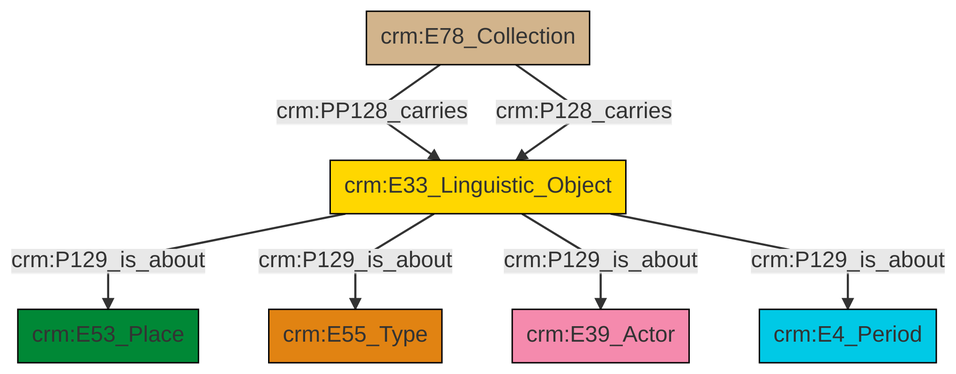
swiss-art-research-net/docs.swissartresearch keeps this Mermaid diagram as et/archivalCSV/ttl/mmd/png/archival_aboutness.png. Above is the earlier version. Its source is kept beside it as et/archivalCSV/ttl/mmd/archival_aboutness.ttl.mmd.
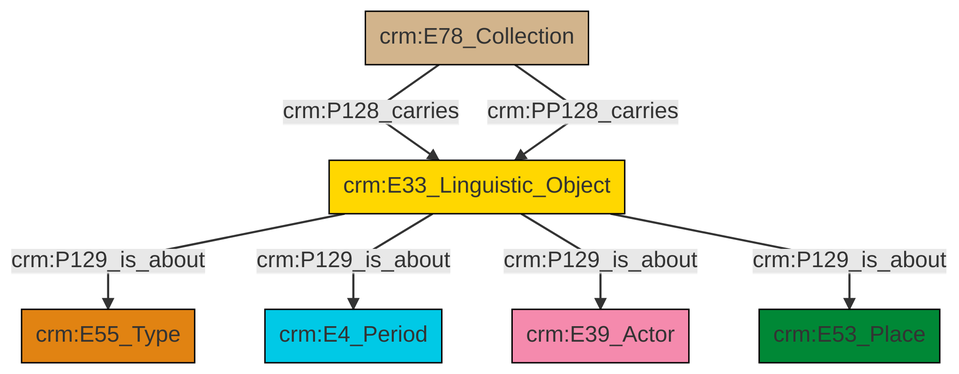
Later version of the same file.

The edit, as a diff of the source:
```diff
@@ -13,9 +13,9 @@
 classDef PC_Classes fill:#4ce600, stroke:#000000;
 classDef Multi fill:#cccccc,stroke:#000000;
 
-0["crm:E33_Linguistic_Object"]:::Conceptual_Object -->|crm:P129_is_about| 1["crm:E53_Place"]:::Place
-2["crm:E78_Collection"]:::Physical_Thing -->|crm:PP128_carries| 0["crm:E33_Linguistic_Object"]:::Conceptual_Object
-0["crm:E33_Linguistic_Object"]:::Conceptual_Object -->|crm:P129_is_about| 3["crm:E55_Type"]:::Type
-0["crm:E33_Linguistic_Object"]:::Conceptual_Object -->|crm:P129_is_about| 4["crm:E39_Actor"]:::Actor
-2["crm:E78_Collection"]:::Physical_Thing -->|crm:P128_carries| 0["crm:E33_Linguistic_Object"]:::Conceptual_Object
-0["crm:E33_Linguistic_Object"]:::Conceptual_Object -->|crm:P129_is_about| 8["crm:E4_Period"]:::Temporal_Entity
+2["crm:E33_Linguistic_Object"]:::Conceptual_Object -->|crm:P129_is_about| 0["crm:E55_Type"]:::Type
+4["crm:E78_Collection"]:::Physical_Thing -->|crm:P128_carries| 2["crm:E33_Linguistic_Object"]:::Conceptual_Object
+4["crm:E78_Collection"]:::Physical_Thing -->|crm:PP128_carries| 2["crm:E33_Linguistic_Object"]:::Conceptual_Object
+2["crm:E33_Linguistic_Object"]:::Conceptual_Object -->|crm:P129_is_about| 8["crm:E4_Period"]:::Temporal_Entity
+2["crm:E33_Linguistic_Object"]:::Conceptual_Object -->|crm:P129_is_about| 6["crm:E39_Actor"]:::Actor
+2["crm:E33_Linguistic_Object"]:::Conceptual_Object -->|crm:P129_is_about| 9["crm:E53_Place"]:::Place
```
